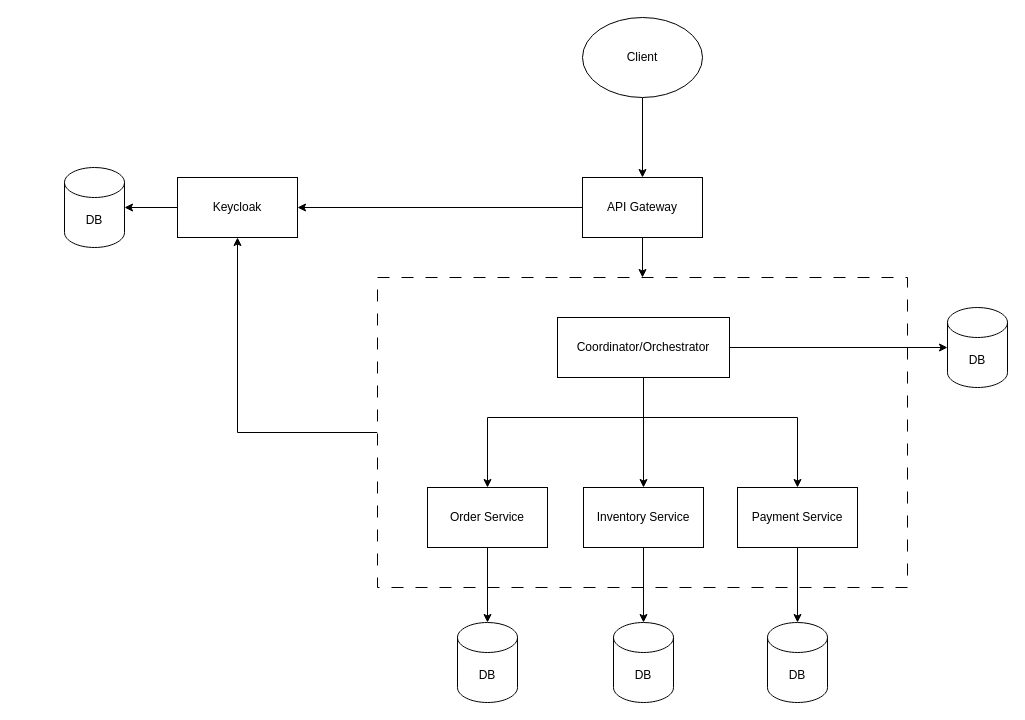
Above: Structure.drawio in dJuKaAaA/MasterRad (draw.io), before the change. Source tidied: cells renumbered, new cells numbered last; positions are measured from the earlier drawing's top-left corner, leaving out a move shared by most shapes. Both pictures are drawn from the tidied source at 100%, with x=0, y=0 at pixel (64, 17).
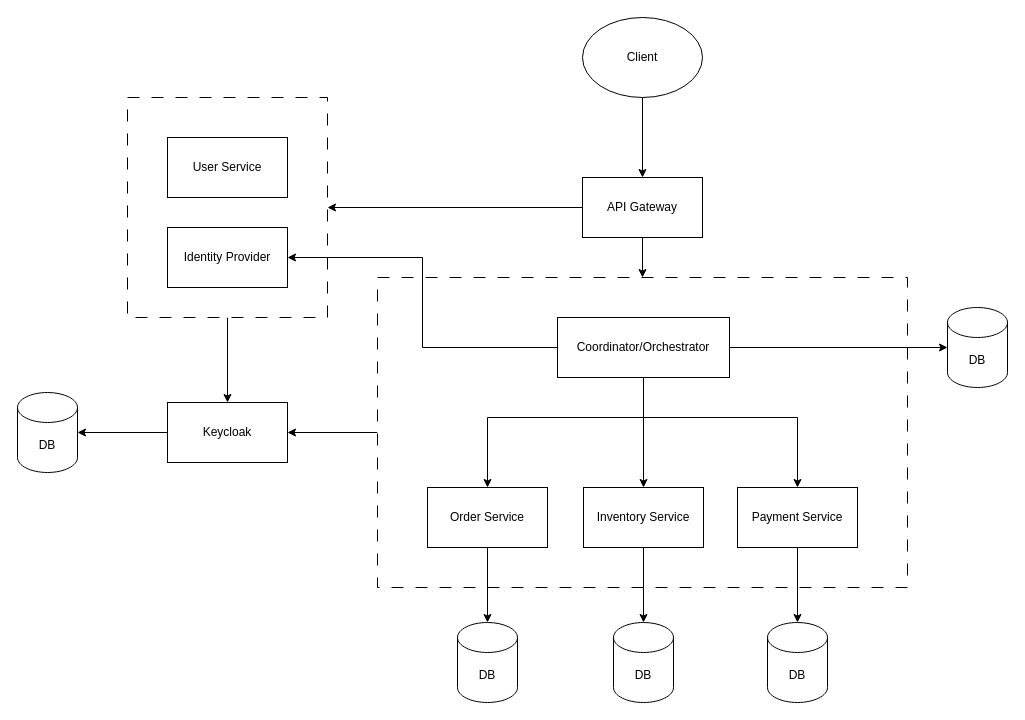
The same page after the edit.

Unchanged cells that the change refers to:
```xml
<mxCell id="3" style="rounded=0;whiteSpace=wrap;html=1;dashed=1;dashPattern=12 12;" parent="1" vertex="1">
  <mxGeometry x="313" y="260" width="530" height="310" as="geometry" />
</mxCell>
<mxCell id="11" value="Coordinator/Orchestrator" style="rounded=0;whiteSpace=wrap;html=1;" parent="1" vertex="1">
  <mxGeometry x="493" y="300" width="172" height="60" as="geometry" />
</mxCell>
<mxCell id="26" value="API Gateway" style="rounded=0;whiteSpace=wrap;html=1;" parent="1" vertex="1">
  <mxGeometry x="518" y="160" width="120" height="60" as="geometry" />
</mxCell>
```

The edit, as a diff of the source:
```diff
@@
+    <mxCell id="27" style="edgeStyle=orthogonalEdgeStyle;rounded=0;jettySize=auto;html=1;entryX=0.5;entryY=0;entryDx=0;entryDy=0;" parent="1" edge="1" source="28" target="22">
+      <mxGeometry relative="1" as="geometry" />
+    </mxCell>
+    <mxCell id="28" style="rounded=0;whiteSpace=wrap;html=1;dashed=1;dashPattern=12 12;" parent="1" vertex="1">
+      <mxGeometry x="63" y="80" width="200" height="220" as="geometry" />
+    </mxCell>
-    <mxCell id="2" style="edgeStyle=orthogonalEdgeStyle;rounded=0;jettySize=auto;html=1;entryX=0.5;entryY=1;entryDx=0;entryDy=0;" parent="1" edge="1" source="3" target="22">
-      <mxGeometry relative="1" as="geometry">
-        <Array as="points">
-          <mxPoint x="173" y="415" />
-        </Array>
-      </mxGeometry>
+    <mxCell id="2" style="edgeStyle=orthogonalEdgeStyle;rounded=0;jettySize=auto;html=1;entryX=1;entryY=0.5;entryDx=0;entryDy=0;" parent="1" edge="1" source="3" target="22">
+      <mxGeometry relative="1" as="geometry" />
     </mxCell>
@@
+    <mxCell id="29" style="edgeStyle=orthogonalEdgeStyle;rounded=0;jettySize=auto;html=1;exitX=0;exitY=0.5;exitDx=0;exitDy=0;entryX=1;entryY=0.5;entryDx=0;entryDy=0;" parent="1" edge="1" source="11" target="31">
+      <mxGeometry relative="1" as="geometry" />
+    </mxCell>
@@
     <mxCell id="22" value="Keycloak" style="rounded=0;whiteSpace=wrap;html=1;" parent="1" vertex="1">
-      <mxGeometry x="113" y="160" width="120" height="60" as="geometry" />
+      <mxGeometry x="103" y="385" width="120" height="60" as="geometry" />
     </mxCell>
     <mxCell id="23" value="DB" style="shape=cylinder3;whiteSpace=wrap;html=1;boundedLbl=1;backgroundOutline=1;size=15;" parent="1" vertex="1">
-      <mxGeometry y="150" width="60" height="80" as="geometry" />
+      <mxGeometry x="-47" y="375" width="60" height="80" as="geometry" />
     </mxCell>
@@
-    <mxCell id="25" style="edgeStyle=orthogonalEdgeStyle;rounded=0;jettySize=auto;html=1;entryX=1;entryY=0.5;entryDx=0;entryDy=0;" parent="1" edge="1" source="26" target="22">
-      <mxGeometry relative="1" as="geometry" />
-    </mxCell>
+    <mxCell id="30" style="edgeStyle=orthogonalEdgeStyle;rounded=0;jettySize=auto;html=1;entryX=1;entryY=0.5;entryDx=0;entryDy=0;" parent="1" edge="1" source="26" target="28">
+      <mxGeometry relative="1" as="geometry" />
+    </mxCell>
@@
+    <mxCell id="31" value="Identity Provider" style="rounded=0;whiteSpace=wrap;html=1;" parent="1" vertex="1">
+      <mxGeometry x="103" y="210" width="120" height="60" as="geometry" />
+    </mxCell>
+    <mxCell id="32" value="User Service" style="rounded=0;whiteSpace=wrap;html=1;" parent="1" vertex="1">
+      <mxGeometry x="103" y="120" width="120" height="60" as="geometry" />
+    </mxCell>
```
